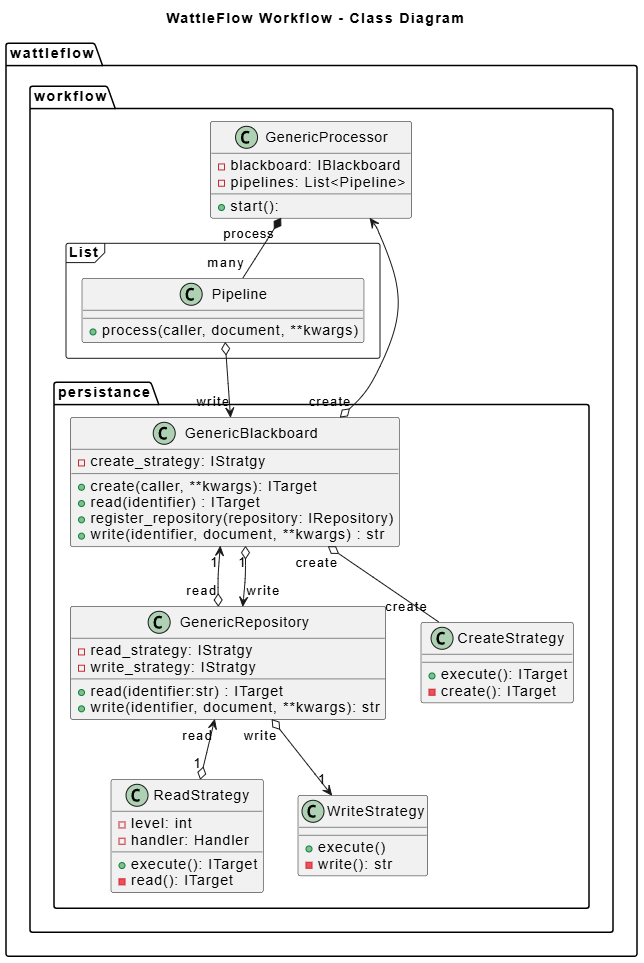
Before: doc/uml/workflow.png, a diagram exported from PlantUML (wattleflow/workflow). Its source is kept beside it as doc/uml/workflow.puml.
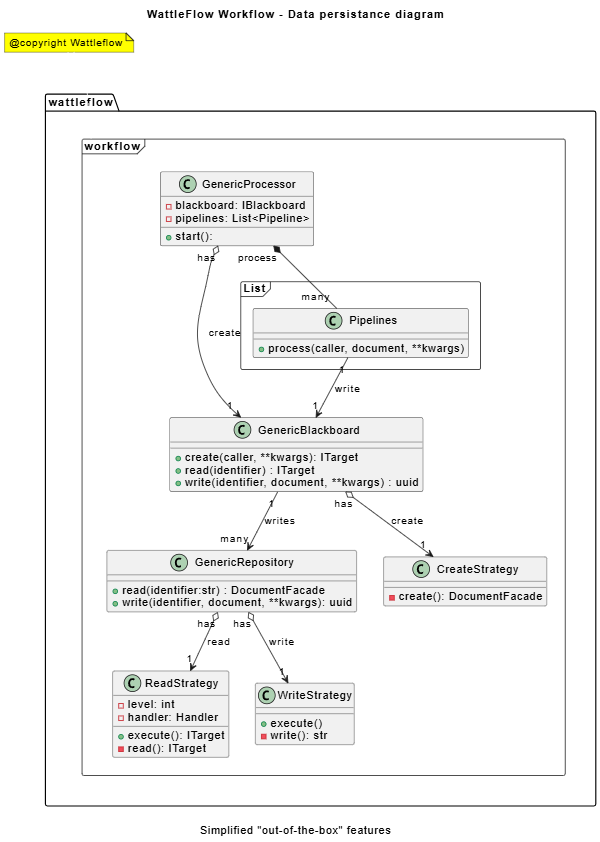
After the change.

What changed in the source:
```diff
@@ -1,10 +1,12 @@
 @startuml
 
-title WattleFlow Workflow – Data Persistance Diagram
-caption \nSimplified example with "out-of-the-box" features
+title WattleFlow Workflow – Data persistance diagram
+caption \nSimplified "out-of-the-box" features
 scale 600 width
+top to bottom direction
 
 package "wattleflow.workflow" {
+  note "@copyright Wattleflow" as N1
   class GenericProcessor {
     - blackboard: IBlackboard
     - pipelines: List<Pipeline>
```
